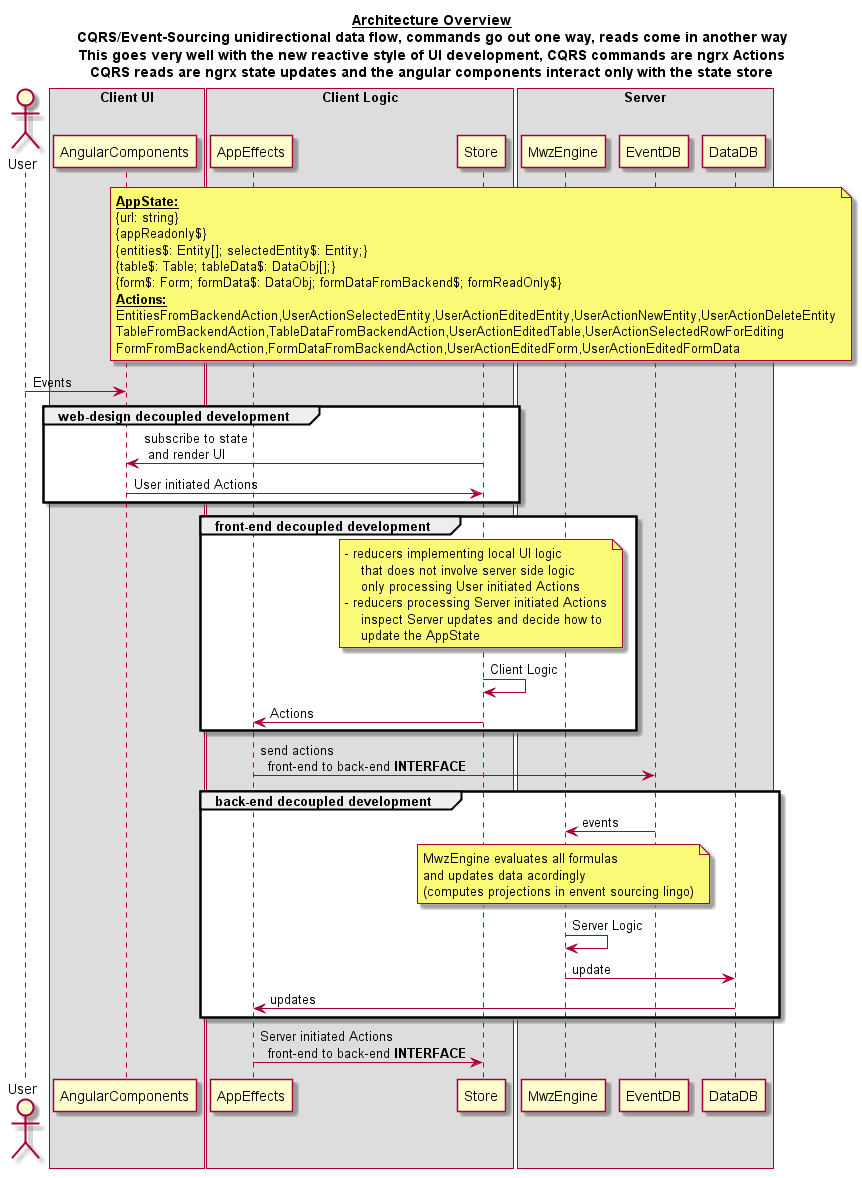
This is docs/img/docs/architecture.png from formuladb/poc1, a PlantUML export, as it was before one commit.
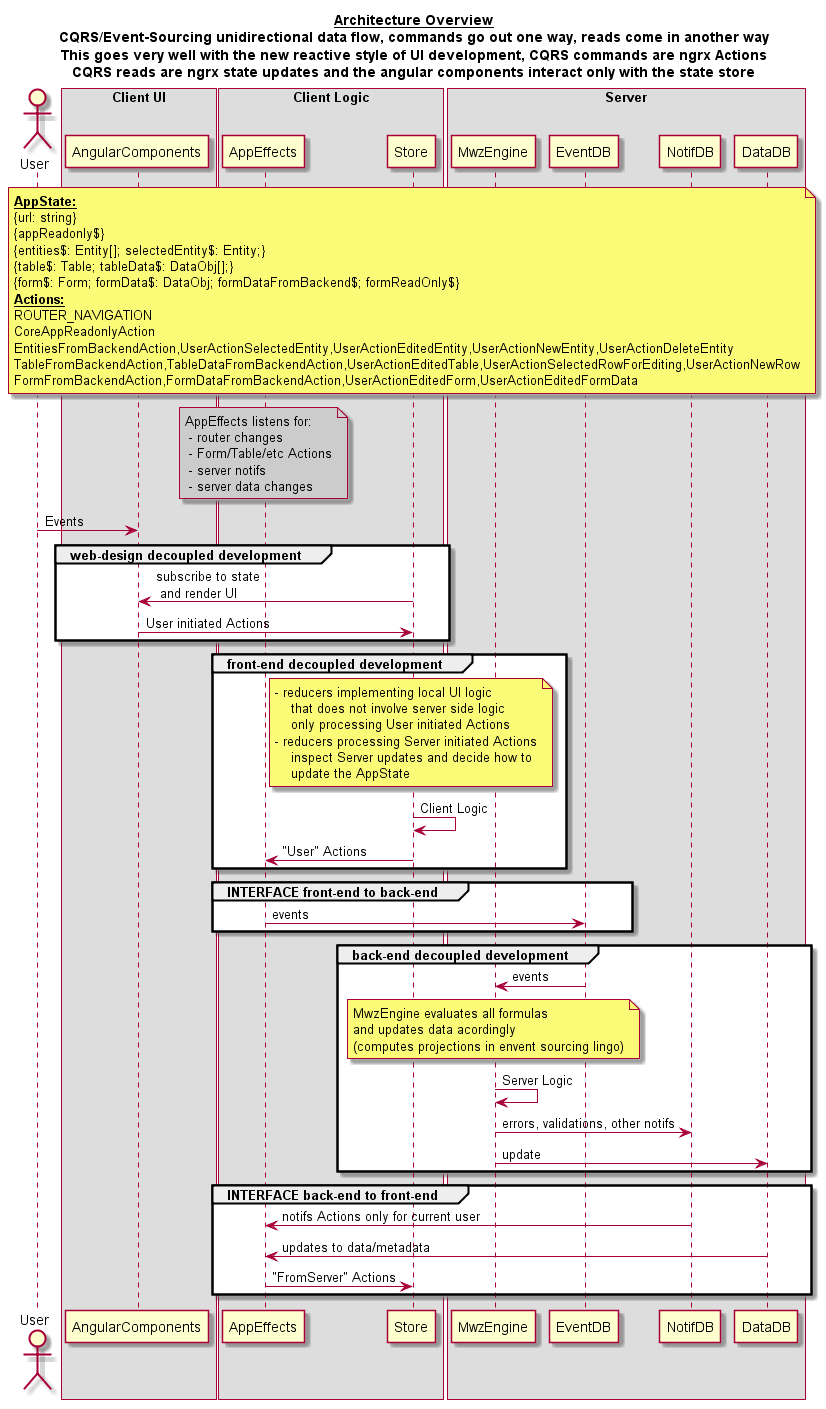
The same file after the commit.

The edit, as a diff of the source:
```diff
@@ -13,6 +13,7 @@
 box "Server"
     participant MwzEngine
     participant EventDB
+    participant NotifDB
     participant DataDB
 end box
 
@@ -24,9 +25,19 @@
 {table$: Table; tableData$: DataObj[];}
 {form$: Form; formData$: DataObj; formDataFromBackend$; formReadOnly$}
 **__Actions:__**
+ROUTER_NAVIGATION
+CoreAppReadonlyAction
 EntitiesFromBackendAction,UserActionSelectedEntity,UserActionEditedEntity,UserActionNewEntity,UserActionDeleteEntity
-TableFromBackendAction,TableDataFromBackendAction,UserActionEditedTable,UserActionSelectedRowForEditing
+TableFromBackendAction,TableDataFromBackendAction,UserActionEditedTable,UserActionSelectedRowForEditing,UserActionNewRow
 FormFromBackendAction,FormDataFromBackendAction,UserActionEditedForm,UserActionEditedFormData
+end note
+
+note over AppEffects #CCCCCC
+AppEffects listens for:
+ - router changes
+ - Form/Table/etc Actions
+ - server notifs
+ - server data changes
 end note
 
 User -> AngularComponents: Events
@@ -46,10 +57,12 @@
         update the AppState
     end note
     Store -> Store: Client Logic
-    Store -> AppEffects: Actions
+    Store -> AppEffects: "User" Actions
 end
 
-AppEffects -> EventDB: send actions\n  front-end to back-end **INTERFACE**
+group **INTERFACE** front-end to back-end
+    AppEffects -> EventDB: events
+end
 
 group back-end decoupled development
 
@@ -60,10 +73,14 @@
     (computes projections in envent sourcing lingo)
     end note
     MwzEngine -> MwzEngine: Server Logic
+    MwzEngine -> NotifDB: errors, validations, other notifs
     MwzEngine -> DataDB: update
-    DataDB -> AppEffects: updates
 end
 
-AppEffects -> Store: Server initiated Actions\n  front-end to back-end **INTERFACE**
+group **INTERFACE** back-end to front-end
+    NotifDB -> AppEffects: notifs Actions only for current user
+    DataDB -> AppEffects: updates to data/metadata
+    AppEffects -> Store: "FromServer" Actions
+end
 
 @enduml
```
